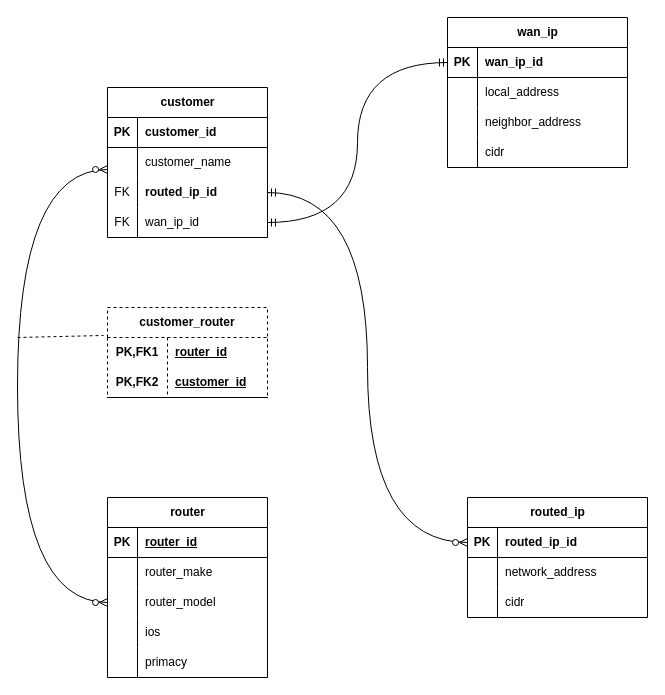
The draw.io diagram Final_Project_ERD.drawio in tnuse/CPE_Router, before the edit. Source tidied: cells renumbered, new cells numbered last; positions are measured from the earlier drawing's top-left corner, leaving out a move shared by most shapes. Both pictures are drawn from the tidied source at 100%, with x=0, y=0 at pixel (17, 17).
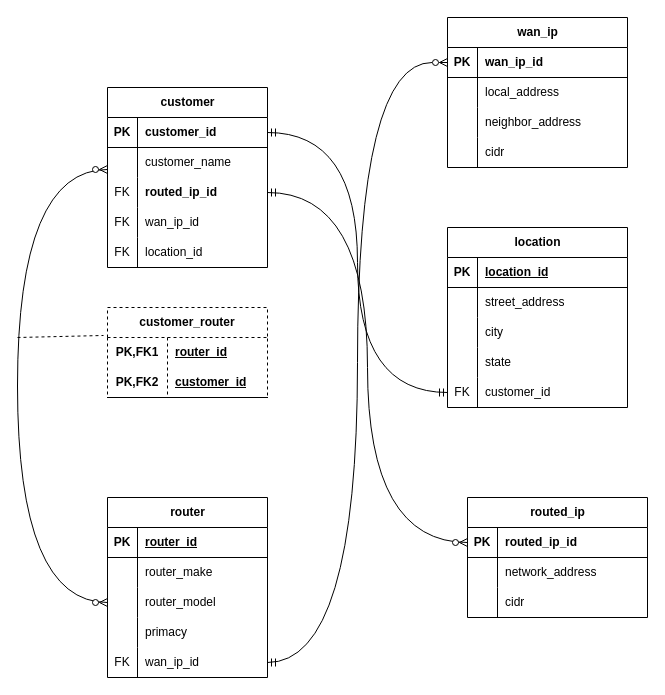
The same page after the edit.

The change refers to these unchanged cells:
```xml
<mxCell id="3" style="shape=tableRow;horizontal=0;startSize=0;swimlaneHead=0;swimlaneBody=0;fillColor=none;points=[[0,0.5],[1,0.5]];portConstraint=eastwest;top=0;left=0;right=0;bottom=1;" parent="2" vertex="1">
  <mxGeometry y="30" width="160" height="30" as="geometry" />
</mxCell>
<mxCell id="12" style="shape=tableRow;horizontal=0;startSize=0;swimlaneHead=0;swimlaneBody=0;fillColor=none;points=[[0,0.5],[1,0.5]];portConstraint=eastwest;top=0;left=0;right=0;bottom=0;" parent="2" vertex="1">
  <mxGeometry y="120" width="160" height="30" as="geometry" />
</mxCell>
<mxCell id="35" style="shape=tableRow;horizontal=0;startSize=0;swimlaneHead=0;swimlaneBody=0;fillColor=none;top=0;left=0;right=0;bottom=0;" parent="25" vertex="1">
  <mxGeometry y="120" width="160" height="30" as="geometry" />
</mxCell>
<mxCell id="38" style="shape=tableRow;horizontal=0;startSize=0;swimlaneHead=0;swimlaneBody=0;fillColor=none;points=[[0,0.5],[1,0.5]];portConstraint=eastwest;top=0;left=0;right=0;bottom=0;" parent="25" vertex="1">
  <mxGeometry y="150" width="160" height="30" as="geometry" />
</mxCell>
<mxCell id="49" style="shape=tableRow;horizontal=0;startSize=0;swimlaneHead=0;swimlaneBody=0;fillColor=none;points=[[0,0.5],[1,0.5]];portConstraint=eastwest;top=0;left=0;right=0;bottom=1;" parent="48" vertex="1">
  <mxGeometry y="30" width="180" height="30" as="geometry" />
</mxCell>
```

Change to the diagram source:
```diff
@@
     <mxCell id="2" value="customer" style="shape=table;startSize=30;childLayout=tableLayout;rowLines=0;fontStyle=1;align=center;html=1;" parent="1" vertex="1">
-      <mxGeometry x="90" y="70" width="160" height="150" as="geometry" />
+      <mxGeometry x="90" y="70" width="160" height="180" as="geometry" />
     </mxCell>
@@
+    <mxCell id="65" style="shape=tableRow;horizontal=0;startSize=0;swimlaneHead=0;swimlaneBody=0;fillColor=none;top=0;left=0;right=0;bottom=0;" parent="2" vertex="1">
+      <mxGeometry y="150" width="160" height="30" as="geometry" />
+    </mxCell>
+    <mxCell id="66" value="FK" style="shape=partialRectangle;fillColor=none;top=0;left=0;bottom=0;right=0;overflow=hidden;whiteSpace=wrap;html=1;" parent="65" vertex="1">
+      <mxGeometry width="30" height="30" as="geometry" />
+    </mxCell>
+    <mxCell id="67" value="location_id" style="shape=partialRectangle;fillColor=none;top=0;left=0;bottom=0;right=0;align=left;spacingLeft=6;overflow=hidden;whiteSpace=wrap;html=1;" parent="65" vertex="1">
+      <mxGeometry x="30" width="130" height="30" as="geometry" />
+    </mxCell>
@@
-    <mxCell id="36" style="shape=partialRectangle;fillColor=none;top=0;left=0;bottom=0;right=0;overflow=hidden;whiteSpace=wrap;html=1;" parent="35" vertex="1">
-      <mxGeometry width="30" height="30" as="geometry" />
-    </mxCell>
-    <mxCell id="37" value="ios" style="shape=partialRectangle;fillColor=none;top=0;left=0;bottom=0;right=0;align=left;spacingLeft=6;overflow=hidden;whiteSpace=wrap;html=1;" parent="35" vertex="1">
-      <mxGeometry x="30" width="130" height="30" as="geometry" />
-    </mxCell>
+    <mxCell id="68" style="shape=partialRectangle;fillColor=none;top=0;left=0;bottom=0;right=0;overflow=hidden;whiteSpace=wrap;html=1;" parent="35" vertex="1">
+      <mxGeometry width="30" height="30" as="geometry" />
+    </mxCell>
+    <mxCell id="69" value="primacy" style="shape=partialRectangle;fillColor=none;top=0;left=0;bottom=0;right=0;align=left;spacingLeft=6;overflow=hidden;whiteSpace=wrap;html=1;" parent="35" vertex="1">
+      <mxGeometry x="30" width="130" height="30" as="geometry" />
+    </mxCell>
@@
-    <mxCell id="39" style="shape=partialRectangle;fillColor=none;top=0;left=0;bottom=0;right=0;overflow=hidden;whiteSpace=wrap;html=1;" parent="38" vertex="1">
+    <mxCell id="39" value="FK" style="shape=partialRectangle;fillColor=none;top=0;left=0;bottom=0;right=0;overflow=hidden;whiteSpace=wrap;html=1;" parent="38" vertex="1">
       <mxGeometry width="30" height="30" as="geometry" />
     </mxCell>
-    <mxCell id="40" value="primacy" style="shape=partialRectangle;fillColor=none;top=0;left=0;bottom=0;right=0;align=left;spacingLeft=6;overflow=hidden;whiteSpace=wrap;html=1;" parent="38" vertex="1">
+    <mxCell id="40" value="wan_ip_id" style="shape=partialRectangle;fillColor=none;top=0;left=0;bottom=0;right=0;align=left;spacingLeft=6;overflow=hidden;whiteSpace=wrap;html=1;" parent="38" vertex="1">
       <mxGeometry x="30" width="130" height="30" as="geometry" />
     </mxCell>
@@
-    <mxCell id="61" style="edgeStyle=orthogonalEdgeStyle;fontSize=12;html=1;endArrow=ERmandOne;startArrow=ERmandOne;rounded=0;exitX=1;exitY=0.5;exitDx=0;exitDy=0;entryX=0;entryY=0.5;entryDx=0;entryDy=0;curved=1;" parent="1" edge="1" source="12" target="49">
+    <mxCell id="61" style="edgeStyle=orthogonalEdgeStyle;fontSize=12;html=1;endArrow=ERzeroToMany;startArrow=ERmandOne;rounded=0;exitX=1;exitY=0.5;exitDx=0;exitDy=0;entryX=0;entryY=0.5;entryDx=0;entryDy=0;curved=1;endFill=0;" parent="1" edge="1" source="38" target="49">
       <mxGeometry relative="1" as="geometry" />
     </mxCell>
@@
+    <mxCell id="70" value="location" style="shape=table;startSize=30;childLayout=tableLayout;rowLines=0;fontStyle=1;align=center;html=1;" parent="1" vertex="1">
+      <mxGeometry x="430" y="210" width="180" height="180" as="geometry" />
+    </mxCell>
+    <mxCell id="71" style="shape=tableRow;horizontal=0;startSize=0;swimlaneHead=0;swimlaneBody=0;fillColor=none;top=0;left=0;right=0;bottom=1;" parent="70" vertex="1">
+      <mxGeometry y="30" width="180" height="30" as="geometry" />
+    </mxCell>
+    <mxCell id="72" value="PK" style="shape=partialRectangle;fillColor=none;top=0;left=0;bottom=0;right=0;fontStyle=1;overflow=hidden;whiteSpace=wrap;html=1;" parent="71" vertex="1">
+      <mxGeometry width="30" height="30" as="geometry" />
+    </mxCell>
+    <mxCell id="73" value="location_id" style="shape=partialRectangle;fillColor=none;top=0;left=0;bottom=0;right=0;align=left;spacingLeft=6;fontStyle=5;overflow=hidden;whiteSpace=wrap;html=1;" parent="71" vertex="1">
+      <mxGeometry x="30" width="150" height="30" as="geometry" />
+    </mxCell>
+    <mxCell id="74" style="shape=tableRow;horizontal=0;startSize=0;swimlaneHead=0;swimlaneBody=0;fillColor=none;top=0;left=0;right=0;bottom=0;" parent="70" vertex="1">
+      <mxGeometry y="60" width="180" height="30" as="geometry" />
+    </mxCell>
+    <mxCell id="75" style="shape=partialRectangle;fillColor=none;top=0;left=0;bottom=0;right=0;overflow=hidden;whiteSpace=wrap;html=1;" parent="74" vertex="1">
+      <mxGeometry width="30" height="30" as="geometry" />
+    </mxCell>
+    <mxCell id="76" value="street_address" style="shape=partialRectangle;fillColor=none;top=0;left=0;bottom=0;right=0;align=left;spacingLeft=6;overflow=hidden;whiteSpace=wrap;html=1;" parent="74" vertex="1">
+      <mxGeometry x="30" width="150" height="30" as="geometry" />
+    </mxCell>
+    <mxCell id="77" style="shape=tableRow;horizontal=0;startSize=0;swimlaneHead=0;swimlaneBody=0;fillColor=none;top=0;left=0;right=0;bottom=0;" parent="70" vertex="1">
+      <mxGeometry y="90" width="180" height="30" as="geometry" />
+    </mxCell>
+    <mxCell id="78" style="shape=partialRectangle;fillColor=none;top=0;left=0;bottom=0;right=0;overflow=hidden;whiteSpace=wrap;html=1;" parent="77" vertex="1">
+      <mxGeometry width="30" height="30" as="geometry" />
+    </mxCell>
+    <mxCell id="79" value="city" style="shape=partialRectangle;fillColor=none;top=0;left=0;bottom=0;right=0;align=left;spacingLeft=6;overflow=hidden;whiteSpace=wrap;html=1;" parent="77" vertex="1">
+      <mxGeometry x="30" width="150" height="30" as="geometry" />
+    </mxCell>
+    <mxCell id="80" style="shape=tableRow;horizontal=0;startSize=0;swimlaneHead=0;swimlaneBody=0;fillColor=none;top=0;left=0;right=0;bottom=0;" parent="70" vertex="1">
+      <mxGeometry y="120" width="180" height="30" as="geometry" />
+    </mxCell>
+    <mxCell id="81" style="shape=partialRectangle;fillColor=none;top=0;left=0;bottom=0;right=0;overflow=hidden;whiteSpace=wrap;html=1;" parent="80" vertex="1">
+      <mxGeometry width="30" height="30" as="geometry" />
+    </mxCell>
+    <mxCell id="82" value="state" style="shape=partialRectangle;fillColor=none;top=0;left=0;bottom=0;right=0;align=left;spacingLeft=6;overflow=hidden;whiteSpace=wrap;html=1;" parent="80" vertex="1">
+      <mxGeometry x="30" width="150" height="30" as="geometry" />
+    </mxCell>
+    <mxCell id="83" style="shape=tableRow;horizontal=0;startSize=0;swimlaneHead=0;swimlaneBody=0;fillColor=none;points=[[0,0.5],[1,0.5]];portConstraint=eastwest;top=0;left=0;right=0;bottom=0;" parent="70" vertex="1">
+      <mxGeometry y="150" width="180" height="30" as="geometry" />
+    </mxCell>
+    <mxCell id="84" value="FK" style="shape=partialRectangle;fillColor=none;top=0;left=0;bottom=0;right=0;overflow=hidden;whiteSpace=wrap;html=1;" parent="83" vertex="1">
+      <mxGeometry width="30" height="30" as="geometry" />
+    </mxCell>
+    <mxCell id="85" value="customer_id" style="shape=partialRectangle;fillColor=none;top=0;left=0;bottom=0;right=0;align=left;spacingLeft=6;overflow=hidden;whiteSpace=wrap;html=1;" parent="83" vertex="1">
+      <mxGeometry x="30" width="150" height="30" as="geometry" />
+    </mxCell>
+    <mxCell id="86" style="edgeStyle=orthogonalEdgeStyle;fontSize=12;html=1;endArrow=ERmandOne;startArrow=ERmandOne;rounded=0;exitX=1;exitY=0.5;exitDx=0;exitDy=0;entryX=0;entryY=0.5;entryDx=0;entryDy=0;curved=1;" parent="1" edge="1" source="3" target="83">
+      <mxGeometry relative="1" as="geometry" />
+    </mxCell>
```
